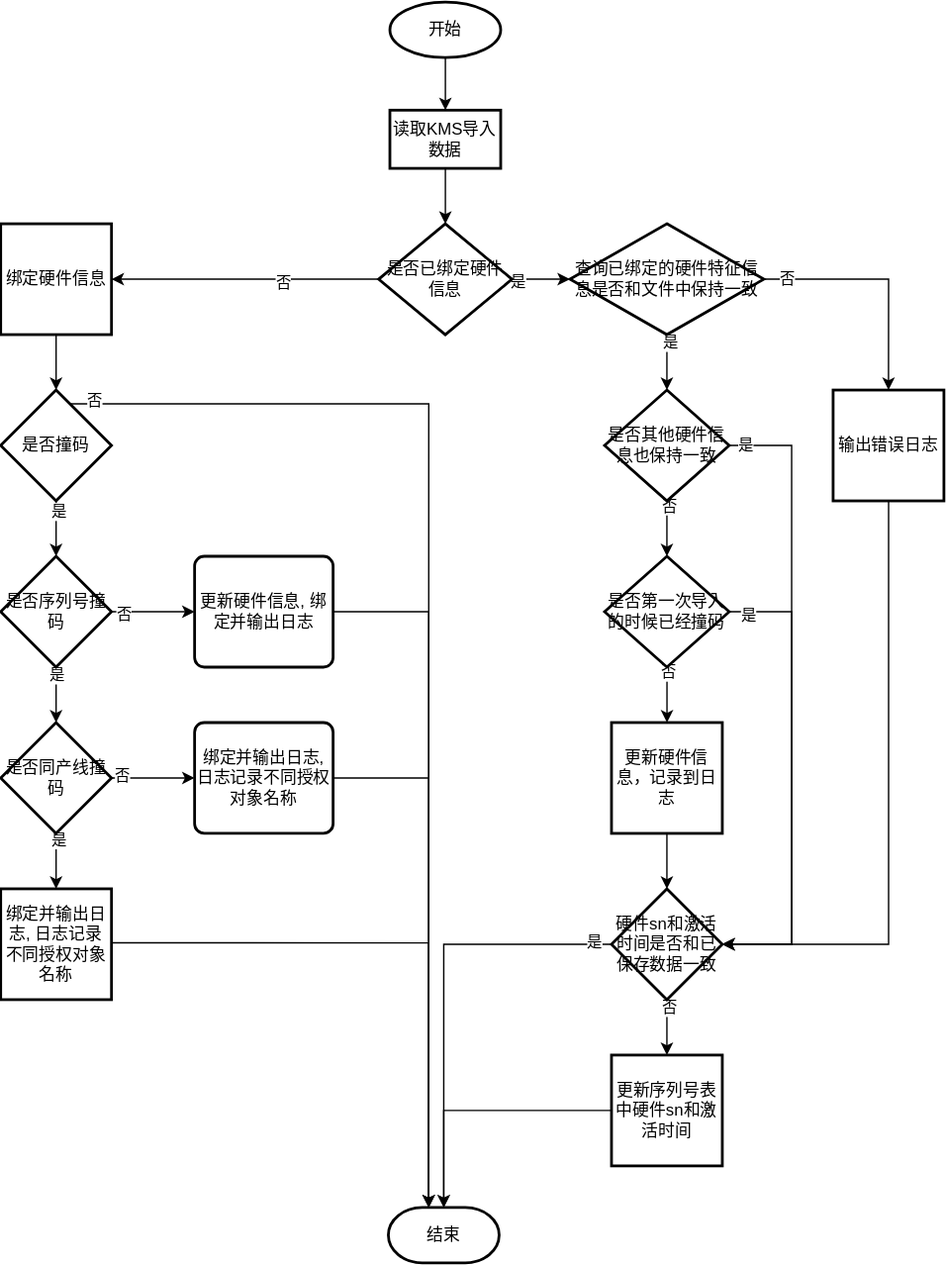
Above: 导入处理逻辑梳理.svg in gaozk/test (draw.io), before the change. Source tidied: cells renumbered, new cells last; positions are measured from the earlier drawing's top-left corner, leaving out a move shared by most shapes.
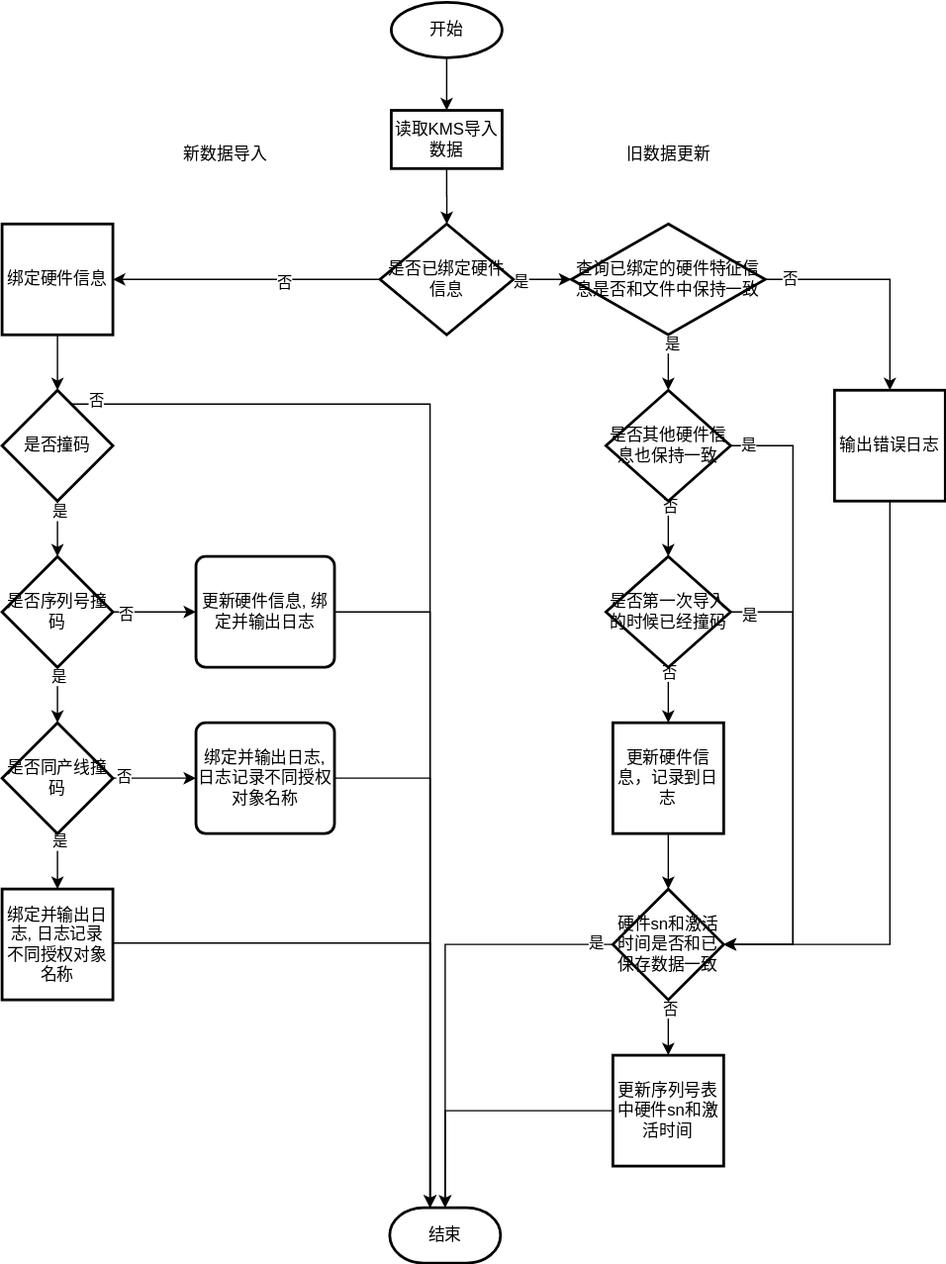
The same file after the commit.

Commit message:
更新导入处理逻辑梳理.svg

Diff of the diagram source:
```diff
@@ -226,5 +226,11 @@
     <mxCell id="60" value="更新序列号表中硬件sn和激活时间" style="whiteSpace=wrap;html=1;strokeWidth=2;" parent="1" vertex="1">
       <mxGeometry x="441" y="760" width="80" height="80" as="geometry" />
     </mxCell>
+    <mxCell id="61" value="新数据导入" style="text;html=1;align=center;verticalAlign=middle;fillColor=none;strokeColor=none;rounded=0;" parent="1" vertex="1">
+      <mxGeometry x="121" y="100" width="80" height="20" as="geometry" />
+    </mxCell>
+    <mxCell id="62" value="旧数据更新" style="text;html=1;align=center;verticalAlign=middle;fillColor=none;strokeColor=none;rounded=0;" parent="1" vertex="1">
+      <mxGeometry x="441" y="100" width="80" height="20" as="geometry" />
+    </mxCell>
   </root>
 </mxGraphModel>
```
